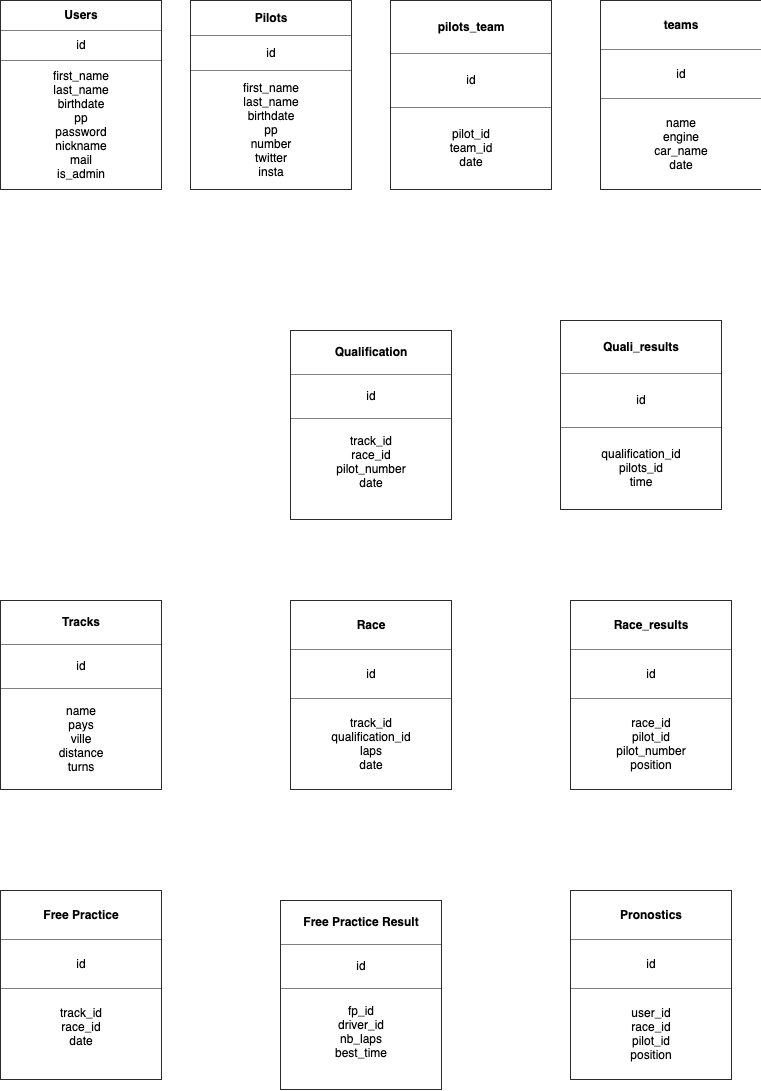
This is bdd/schema.png from RanyG961/F1-website, a draw.io export, as it was before one commit. Source tidied: cells renumbered, new cells last; positions are measured from the earlier drawing's top-left corner, leaving out a move shared by most shapes.
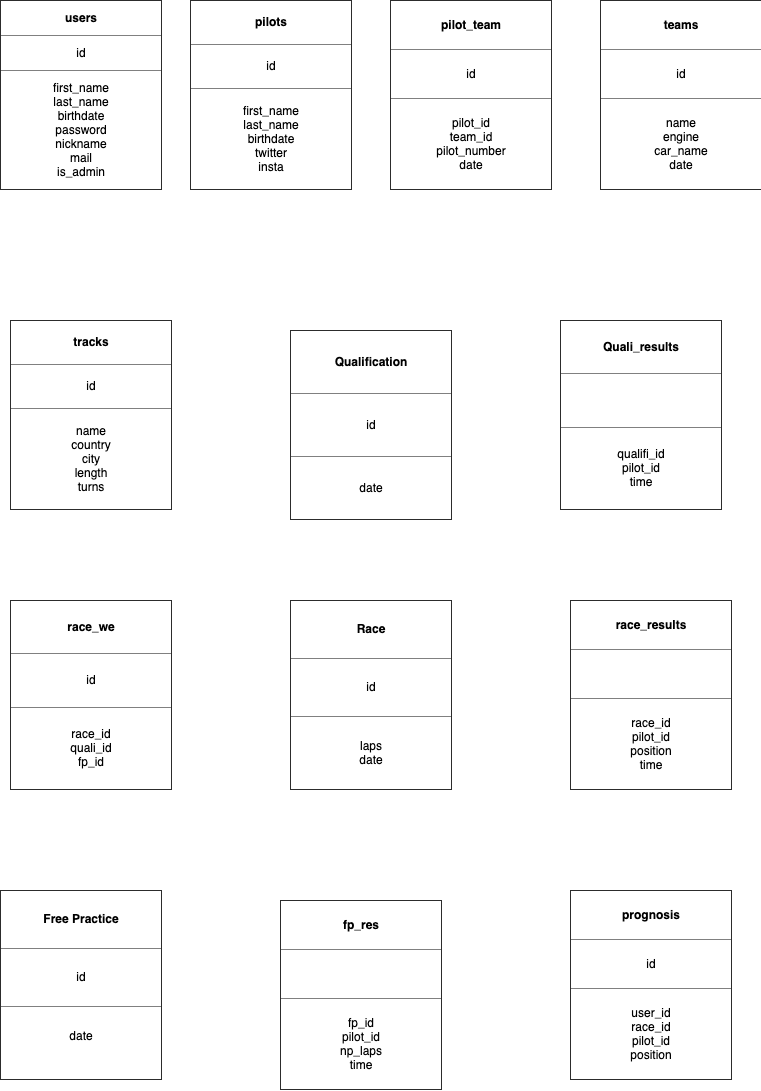
After the change.

Commit message:
Updating bdd schemes

Change to the diagram source:
```diff
@@ -2,41 +2,44 @@
   <root>
     <mxCell id="0" />
     <mxCell id="1" parent="0" />
-    <mxCell id="2" value="&lt;table border=&quot;1&quot; width=&quot;100%&quot; cellpadding=&quot;4&quot; style=&quot;width: 100% ; height: 100% ; border-collapse: collapse&quot;&gt;&lt;tbody&gt;&lt;tr&gt;&lt;th align=&quot;center&quot;&gt;&lt;b&gt;Users&lt;/b&gt;&lt;/th&gt;&lt;/tr&gt;&lt;tr&gt;&lt;td align=&quot;center&quot;&gt;id&lt;/td&gt;&lt;/tr&gt;&lt;tr&gt;&lt;td align=&quot;center&quot;&gt;first_name&lt;br&gt;last_name&lt;br&gt;birthdate&lt;br&gt;pp&lt;br&gt;password&lt;br&gt;nickname&lt;br&gt;mail&lt;br&gt;is_admin&lt;/td&gt;&lt;/tr&gt;&lt;/tbody&gt;&lt;/table&gt;" style="text;html=1;strokeColor=none;fillColor=none;overflow=fill;" parent="1" vertex="1">
+    <mxCell id="2" value="&lt;table border=&quot;1&quot; width=&quot;100%&quot; cellpadding=&quot;4&quot; style=&quot;width: 100% ; height: 100% ; border-collapse: collapse&quot;&gt;&lt;tbody&gt;&lt;tr&gt;&lt;th align=&quot;center&quot;&gt;&lt;b&gt;users&lt;/b&gt;&lt;/th&gt;&lt;/tr&gt;&lt;tr&gt;&lt;td align=&quot;center&quot;&gt;id&lt;/td&gt;&lt;/tr&gt;&lt;tr&gt;&lt;td align=&quot;center&quot;&gt;first_name&lt;br&gt;last_name&lt;br&gt;birthdate&lt;br&gt;password&lt;br&gt;nickname&lt;br&gt;mail&lt;br&gt;is_admin&lt;/td&gt;&lt;/tr&gt;&lt;/tbody&gt;&lt;/table&gt;" style="text;html=1;strokeColor=none;fillColor=none;overflow=fill;" parent="1" vertex="1">
       <mxGeometry width="160" height="190" as="geometry" />
     </mxCell>
-    <mxCell id="3" value="&lt;table border=&quot;1&quot; width=&quot;100%&quot; cellpadding=&quot;4&quot; style=&quot;width: 100% ; height: 100% ; border-collapse: collapse&quot;&gt;&lt;tbody&gt;&lt;tr&gt;&lt;th align=&quot;center&quot;&gt;Pilots&lt;/th&gt;&lt;/tr&gt;&lt;tr&gt;&lt;td align=&quot;center&quot;&gt;id&lt;/td&gt;&lt;/tr&gt;&lt;tr&gt;&lt;td align=&quot;center&quot;&gt;first_name&lt;br&gt;last_name&lt;br&gt;birthdate&lt;br&gt;pp&lt;br&gt;number&lt;br&gt;twitter&lt;br&gt;insta&lt;br&gt;&lt;/td&gt;&lt;/tr&gt;&lt;/tbody&gt;&lt;/table&gt;" style="text;html=1;strokeColor=none;fillColor=none;overflow=fill;" parent="1" vertex="1">
+    <mxCell id="3" value="&lt;table border=&quot;1&quot; width=&quot;100%&quot; cellpadding=&quot;4&quot; style=&quot;width: 100% ; height: 100% ; border-collapse: collapse&quot;&gt;&lt;tbody&gt;&lt;tr&gt;&lt;th align=&quot;center&quot;&gt;pilots&lt;/th&gt;&lt;/tr&gt;&lt;tr&gt;&lt;td align=&quot;center&quot;&gt;id&lt;/td&gt;&lt;/tr&gt;&lt;tr&gt;&lt;td align=&quot;center&quot;&gt;first_name&lt;br&gt;last_name&lt;br&gt;birthdate&lt;br&gt;twitter&lt;br&gt;insta&lt;br&gt;&lt;/td&gt;&lt;/tr&gt;&lt;/tbody&gt;&lt;/table&gt;" style="text;html=1;strokeColor=none;fillColor=none;overflow=fill;" parent="1" vertex="1">
       <mxGeometry x="190" width="160" height="190" as="geometry" />
     </mxCell>
-    <mxCell id="4" value="&lt;table border=&quot;1&quot; width=&quot;100%&quot; cellpadding=&quot;4&quot; style=&quot;width: 100% ; height: 100% ; border-collapse: collapse&quot;&gt;&lt;tbody&gt;&lt;tr&gt;&lt;th align=&quot;center&quot;&gt;Pronostics&lt;/th&gt;&lt;/tr&gt;&lt;tr&gt;&lt;td align=&quot;center&quot;&gt;id&lt;br&gt;&lt;/td&gt;&lt;/tr&gt;&lt;tr&gt;&lt;td align=&quot;center&quot;&gt;user_id&lt;br&gt;race_id&lt;br&gt;pilot_id&lt;br&gt;position&lt;/td&gt;&lt;/tr&gt;&lt;/tbody&gt;&lt;/table&gt;" style="text;html=1;strokeColor=none;fillColor=none;overflow=fill;" parent="1" vertex="1">
+    <mxCell id="4" value="&lt;table border=&quot;1&quot; width=&quot;100%&quot; cellpadding=&quot;4&quot; style=&quot;width: 100% ; height: 100% ; border-collapse: collapse&quot;&gt;&lt;tbody&gt;&lt;tr&gt;&lt;th align=&quot;center&quot;&gt;prognosis&lt;/th&gt;&lt;/tr&gt;&lt;tr&gt;&lt;td align=&quot;center&quot;&gt;id&lt;br&gt;&lt;/td&gt;&lt;/tr&gt;&lt;tr&gt;&lt;td align=&quot;center&quot;&gt;user_id&lt;br&gt;race_id&lt;br&gt;pilot_id&lt;br&gt;position&lt;/td&gt;&lt;/tr&gt;&lt;/tbody&gt;&lt;/table&gt;" style="text;html=1;strokeColor=none;fillColor=none;overflow=fill;" parent="1" vertex="1">
       <mxGeometry x="570" y="890" width="160" height="190" as="geometry" />
     </mxCell>
-    <mxCell id="5" value="&lt;table border=&quot;1&quot; width=&quot;100%&quot; cellpadding=&quot;4&quot; style=&quot;width: 100% ; height: 100% ; border-collapse: collapse&quot;&gt;&lt;tbody&gt;&lt;tr&gt;&lt;th align=&quot;center&quot;&gt;Tracks&lt;/th&gt;&lt;/tr&gt;&lt;tr&gt;&lt;td align=&quot;center&quot;&gt;id&lt;/td&gt;&lt;/tr&gt;&lt;tr&gt;&lt;td align=&quot;center&quot;&gt;name&lt;br&gt;pays&lt;br&gt;ville&lt;br&gt;distance&lt;br&gt;turns&lt;/td&gt;&lt;/tr&gt;&lt;/tbody&gt;&lt;/table&gt;" style="text;html=1;strokeColor=none;fillColor=none;overflow=fill;" parent="1" vertex="1">
-      <mxGeometry y="600" width="160" height="190" as="geometry" />
+    <mxCell id="5" value="&lt;table border=&quot;1&quot; width=&quot;100%&quot; cellpadding=&quot;4&quot; style=&quot;width: 100% ; height: 100% ; border-collapse: collapse&quot;&gt;&lt;tbody&gt;&lt;tr&gt;&lt;th align=&quot;center&quot;&gt;tracks&lt;/th&gt;&lt;/tr&gt;&lt;tr&gt;&lt;td align=&quot;center&quot;&gt;id&lt;/td&gt;&lt;/tr&gt;&lt;tr&gt;&lt;td align=&quot;center&quot;&gt;name&lt;br&gt;country&lt;br&gt;city&lt;br&gt;length&lt;br&gt;turns&lt;/td&gt;&lt;/tr&gt;&lt;/tbody&gt;&lt;/table&gt;" style="text;html=1;strokeColor=none;fillColor=none;overflow=fill;" parent="1" vertex="1">
+      <mxGeometry x="10" y="320" width="160" height="190" as="geometry" />
     </mxCell>
-    <mxCell id="6" value="&lt;table border=&quot;1&quot; width=&quot;100%&quot; cellpadding=&quot;4&quot; style=&quot;width: 100% ; height: 100% ; border-collapse: collapse&quot;&gt;&lt;tbody&gt;&lt;tr&gt;&lt;th align=&quot;center&quot;&gt;Race&lt;/th&gt;&lt;/tr&gt;&lt;tr&gt;&lt;td align=&quot;center&quot;&gt;id&lt;/td&gt;&lt;/tr&gt;&lt;tr&gt;&lt;td align=&quot;center&quot;&gt;track_id&lt;br&gt;qualification_id&lt;br&gt;laps&lt;br&gt;date&lt;/td&gt;&lt;/tr&gt;&lt;/tbody&gt;&lt;/table&gt;" style="text;html=1;strokeColor=none;fillColor=none;overflow=fill;" parent="1" vertex="1">
+    <mxCell id="6" value="&lt;table border=&quot;1&quot; width=&quot;100%&quot; cellpadding=&quot;4&quot; style=&quot;width: 100% ; height: 100% ; border-collapse: collapse&quot;&gt;&lt;tbody&gt;&lt;tr&gt;&lt;th align=&quot;center&quot;&gt;Race&lt;/th&gt;&lt;/tr&gt;&lt;tr&gt;&lt;td align=&quot;center&quot;&gt;id&lt;/td&gt;&lt;/tr&gt;&lt;tr&gt;&lt;td align=&quot;center&quot;&gt;laps&lt;br&gt;date&lt;/td&gt;&lt;/tr&gt;&lt;/tbody&gt;&lt;/table&gt;" style="text;html=1;strokeColor=none;fillColor=none;overflow=fill;" parent="1" vertex="1">
       <mxGeometry x="290" y="600" width="160" height="190" as="geometry" />
     </mxCell>
-    <mxCell id="7" value="&lt;table border=&quot;1&quot; width=&quot;100%&quot; cellpadding=&quot;4&quot; style=&quot;width: 100% ; height: 100% ; border-collapse: collapse&quot;&gt;&lt;tbody&gt;&lt;tr&gt;&lt;th align=&quot;center&quot;&gt;Qualification&lt;/th&gt;&lt;/tr&gt;&lt;tr&gt;&lt;td align=&quot;center&quot;&gt;id&lt;/td&gt;&lt;/tr&gt;&lt;tr&gt;&lt;td align=&quot;center&quot;&gt;track_id&lt;br&gt;race_id&lt;br&gt;pilot_number&lt;br&gt;date&lt;br&gt;&lt;br&gt;&lt;/td&gt;&lt;/tr&gt;&lt;/tbody&gt;&lt;/table&gt;" style="text;html=1;strokeColor=none;fillColor=none;overflow=fill;" parent="1" vertex="1">
+    <mxCell id="7" value="&lt;table border=&quot;1&quot; width=&quot;100%&quot; cellpadding=&quot;4&quot; style=&quot;width: 100% ; height: 100% ; border-collapse: collapse&quot;&gt;&lt;tbody&gt;&lt;tr&gt;&lt;th align=&quot;center&quot;&gt;Qualification&lt;/th&gt;&lt;/tr&gt;&lt;tr&gt;&lt;td align=&quot;center&quot;&gt;id&lt;/td&gt;&lt;/tr&gt;&lt;tr&gt;&lt;td align=&quot;center&quot;&gt;date&lt;br&gt;&lt;/td&gt;&lt;/tr&gt;&lt;/tbody&gt;&lt;/table&gt;" style="text;html=1;strokeColor=none;fillColor=none;overflow=fill;" parent="1" vertex="1">
       <mxGeometry x="290" y="330" width="160" height="190" as="geometry" />
     </mxCell>
-    <mxCell id="8" value="&lt;table border=&quot;1&quot; width=&quot;100%&quot; cellpadding=&quot;4&quot; style=&quot;width: 100% ; height: 100% ; border-collapse: collapse&quot;&gt;&lt;tbody&gt;&lt;tr&gt;&lt;th align=&quot;center&quot;&gt;Quali_results&lt;/th&gt;&lt;/tr&gt;&lt;tr&gt;&lt;td align=&quot;center&quot;&gt;id&lt;/td&gt;&lt;/tr&gt;&lt;tr&gt;&lt;td align=&quot;center&quot;&gt;qualification_id&lt;br&gt;pilots_id&lt;br&gt;time&lt;/td&gt;&lt;/tr&gt;&lt;/tbody&gt;&lt;/table&gt;" style="text;html=1;strokeColor=none;fillColor=none;overflow=fill;" parent="1" vertex="1">
+    <mxCell id="8" value="&lt;table border=&quot;1&quot; width=&quot;100%&quot; cellpadding=&quot;4&quot; style=&quot;width: 100% ; height: 100% ; border-collapse: collapse&quot;&gt;&lt;tbody&gt;&lt;tr&gt;&lt;th align=&quot;center&quot;&gt;Quali_results&lt;/th&gt;&lt;/tr&gt;&lt;tr&gt;&lt;td align=&quot;center&quot;&gt;&lt;br&gt;&lt;/td&gt;&lt;/tr&gt;&lt;tr&gt;&lt;td align=&quot;center&quot;&gt;qualifi_id&lt;br&gt;pilot_id&lt;br&gt;time&lt;/td&gt;&lt;/tr&gt;&lt;/tbody&gt;&lt;/table&gt;" style="text;html=1;strokeColor=none;fillColor=none;overflow=fill;" parent="1" vertex="1">
       <mxGeometry x="560" y="320" width="160" height="190" as="geometry" />
     </mxCell>
-    <mxCell id="9" value="&lt;table border=&quot;1&quot; width=&quot;100%&quot; cellpadding=&quot;4&quot; style=&quot;width: 100% ; height: 100% ; border-collapse: collapse&quot;&gt;&lt;tbody&gt;&lt;tr&gt;&lt;th align=&quot;center&quot;&gt;pilots_team&lt;/th&gt;&lt;/tr&gt;&lt;tr&gt;&lt;td align=&quot;center&quot;&gt;id&lt;/td&gt;&lt;/tr&gt;&lt;tr&gt;&lt;td align=&quot;center&quot;&gt;pilot_id&lt;br&gt;team_id&lt;br&gt;date&lt;/td&gt;&lt;/tr&gt;&lt;/tbody&gt;&lt;/table&gt;" style="text;html=1;strokeColor=none;fillColor=none;overflow=fill;" parent="1" vertex="1">
+    <mxCell id="9" value="&lt;table border=&quot;1&quot; width=&quot;100%&quot; cellpadding=&quot;4&quot; style=&quot;width: 100% ; height: 100% ; border-collapse: collapse&quot;&gt;&lt;tbody&gt;&lt;tr&gt;&lt;th align=&quot;center&quot;&gt;pilot_team&lt;/th&gt;&lt;/tr&gt;&lt;tr&gt;&lt;td align=&quot;center&quot;&gt;id&lt;/td&gt;&lt;/tr&gt;&lt;tr&gt;&lt;td align=&quot;center&quot;&gt;pilot_id&lt;br&gt;team_id&lt;br&gt;pilot_number&lt;br&gt;date&lt;/td&gt;&lt;/tr&gt;&lt;/tbody&gt;&lt;/table&gt;" style="text;html=1;strokeColor=none;fillColor=none;overflow=fill;" parent="1" vertex="1">
       <mxGeometry x="390" width="160" height="190" as="geometry" />
     </mxCell>
     <mxCell id="10" value="&lt;table border=&quot;1&quot; width=&quot;100%&quot; cellpadding=&quot;4&quot; style=&quot;width: 100% ; height: 100% ; border-collapse: collapse&quot;&gt;&lt;tbody&gt;&lt;tr&gt;&lt;th align=&quot;center&quot;&gt;teams&lt;/th&gt;&lt;/tr&gt;&lt;tr&gt;&lt;td align=&quot;center&quot;&gt;id&lt;/td&gt;&lt;/tr&gt;&lt;tr&gt;&lt;td align=&quot;center&quot;&gt;name&lt;br&gt;engine&lt;br&gt;car_name&lt;br&gt;date&lt;/td&gt;&lt;/tr&gt;&lt;/tbody&gt;&lt;/table&gt;" style="text;html=1;strokeColor=none;fillColor=none;overflow=fill;" parent="1" vertex="1">
       <mxGeometry x="600" width="160" height="190" as="geometry" />
     </mxCell>
-    <mxCell id="11" value="&lt;table border=&quot;1&quot; width=&quot;100%&quot; cellpadding=&quot;4&quot; style=&quot;width: 100% ; height: 100% ; border-collapse: collapse&quot;&gt;&lt;tbody&gt;&lt;tr&gt;&lt;th align=&quot;center&quot;&gt;Race_results&lt;/th&gt;&lt;/tr&gt;&lt;tr&gt;&lt;td align=&quot;center&quot;&gt;id&lt;/td&gt;&lt;/tr&gt;&lt;tr&gt;&lt;td align=&quot;center&quot;&gt;race_id&lt;br&gt;pilot_id&lt;br&gt;pilot_number&lt;br&gt;position&lt;br&gt;&lt;/td&gt;&lt;/tr&gt;&lt;/tbody&gt;&lt;/table&gt;" style="text;html=1;strokeColor=none;fillColor=none;overflow=fill;" parent="1" vertex="1">
+    <mxCell id="11" value="&lt;table border=&quot;1&quot; width=&quot;100%&quot; cellpadding=&quot;4&quot; style=&quot;width: 100% ; height: 100% ; border-collapse: collapse&quot;&gt;&lt;tbody&gt;&lt;tr&gt;&lt;th align=&quot;center&quot;&gt;race_results&lt;/th&gt;&lt;/tr&gt;&lt;tr&gt;&lt;td align=&quot;center&quot;&gt;&lt;br&gt;&lt;/td&gt;&lt;/tr&gt;&lt;tr&gt;&lt;td align=&quot;center&quot;&gt;race_id&lt;br&gt;pilot_id&lt;br&gt;position&lt;br&gt;time&lt;/td&gt;&lt;/tr&gt;&lt;/tbody&gt;&lt;/table&gt;" style="text;html=1;strokeColor=none;fillColor=none;overflow=fill;" parent="1" vertex="1">
       <mxGeometry x="570" y="600" width="160" height="190" as="geometry" />
     </mxCell>
-    <mxCell id="12" value="&lt;table border=&quot;1&quot; width=&quot;100%&quot; cellpadding=&quot;4&quot; style=&quot;width: 100% ; height: 100% ; border-collapse: collapse&quot;&gt;&lt;tbody&gt;&lt;tr&gt;&lt;th align=&quot;center&quot;&gt;Free Practice&lt;/th&gt;&lt;/tr&gt;&lt;tr&gt;&lt;td align=&quot;center&quot;&gt;id&lt;/td&gt;&lt;/tr&gt;&lt;tr&gt;&lt;td align=&quot;center&quot;&gt;track_id&lt;br&gt;race_id&lt;br&gt;date&lt;br&gt;&lt;br&gt;&lt;/td&gt;&lt;/tr&gt;&lt;/tbody&gt;&lt;/table&gt;" style="text;html=1;strokeColor=none;fillColor=none;overflow=fill;" parent="1" vertex="1">
+    <mxCell id="12" value="&lt;table border=&quot;1&quot; width=&quot;100%&quot; cellpadding=&quot;4&quot; style=&quot;width: 100% ; height: 100% ; border-collapse: collapse&quot;&gt;&lt;tbody&gt;&lt;tr&gt;&lt;th align=&quot;center&quot;&gt;Free Practice&lt;/th&gt;&lt;/tr&gt;&lt;tr&gt;&lt;td align=&quot;center&quot;&gt;id&lt;/td&gt;&lt;/tr&gt;&lt;tr&gt;&lt;td align=&quot;center&quot;&gt;date&lt;br&gt;&lt;br&gt;&lt;/td&gt;&lt;/tr&gt;&lt;/tbody&gt;&lt;/table&gt;" style="text;html=1;strokeColor=none;fillColor=none;overflow=fill;" parent="1" vertex="1">
       <mxGeometry y="890" width="160" height="190" as="geometry" />
     </mxCell>
-    <mxCell id="13" value="&lt;table border=&quot;1&quot; width=&quot;100%&quot; cellpadding=&quot;4&quot; style=&quot;width: 100% ; height: 100% ; border-collapse: collapse&quot;&gt;&lt;tbody&gt;&lt;tr&gt;&lt;th align=&quot;center&quot;&gt;Free Practice Result&lt;/th&gt;&lt;/tr&gt;&lt;tr&gt;&lt;td align=&quot;center&quot;&gt;id&lt;/td&gt;&lt;/tr&gt;&lt;tr&gt;&lt;td align=&quot;center&quot;&gt;fp_id&lt;br&gt;driver_id&lt;br&gt;nb_laps&lt;br&gt;best_time&lt;br&gt;&lt;br&gt;&lt;/td&gt;&lt;/tr&gt;&lt;/tbody&gt;&lt;/table&gt;" style="text;html=1;strokeColor=none;fillColor=none;overflow=fill;" parent="1" vertex="1">
+    <mxCell id="13" value="&lt;table border=&quot;1&quot; width=&quot;100%&quot; cellpadding=&quot;4&quot; style=&quot;width: 100% ; height: 100% ; border-collapse: collapse&quot;&gt;&lt;tbody&gt;&lt;tr&gt;&lt;th align=&quot;center&quot;&gt;fp_res&lt;/th&gt;&lt;/tr&gt;&lt;tr&gt;&lt;td align=&quot;center&quot;&gt;&lt;br&gt;&lt;/td&gt;&lt;/tr&gt;&lt;tr&gt;&lt;td align=&quot;center&quot;&gt;fp_id&lt;br&gt;pilot_id&lt;br&gt;np_laps&lt;br&gt;time&lt;/td&gt;&lt;/tr&gt;&lt;/tbody&gt;&lt;/table&gt;" style="text;html=1;strokeColor=none;fillColor=none;overflow=fill;" parent="1" vertex="1">
       <mxGeometry x="280" y="900" width="160" height="190" as="geometry" />
     </mxCell>
+    <mxCell id="14" value="&lt;table border=&quot;1&quot; width=&quot;100%&quot; cellpadding=&quot;4&quot; style=&quot;width: 100% ; height: 100% ; border-collapse: collapse&quot;&gt;&lt;tbody&gt;&lt;tr&gt;&lt;th align=&quot;center&quot;&gt;race_we&lt;/th&gt;&lt;/tr&gt;&lt;tr&gt;&lt;td align=&quot;center&quot;&gt;id&lt;/td&gt;&lt;/tr&gt;&lt;tr&gt;&lt;td align=&quot;center&quot;&gt;race_id&lt;br&gt;quali_id&lt;br&gt;fp_id&lt;/td&gt;&lt;/tr&gt;&lt;/tbody&gt;&lt;/table&gt;" style="text;html=1;strokeColor=none;fillColor=none;overflow=fill;" parent="1" vertex="1">
+      <mxGeometry x="10" y="600" width="160" height="190" as="geometry" />
+    </mxCell>
   </root>
 </mxGraphModel>
```
